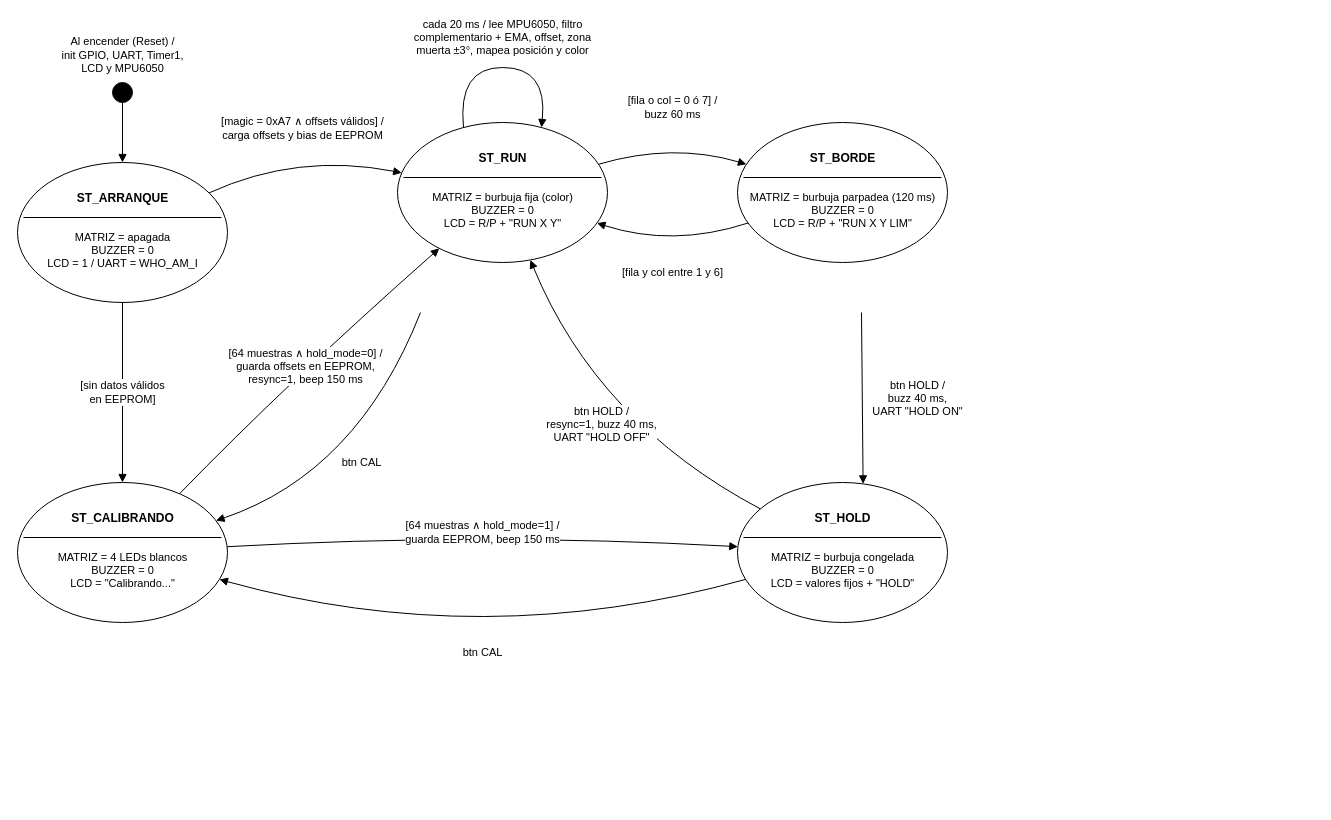
Above: Lab4/Documentacion/Diagrama de estados/ParteE/Diagrama_parteE.drawio in Tony-b98/Tec_Micro (draw.io), before the change. Source tidied: cells renumbered, new cells numbered last; positions are measured from the earlier drawing's top-left corner, leaving out a move shared by most shapes. Both pictures are drawn from the tidied source at 100%, with x=0, y=0 at pixel (17, 27).
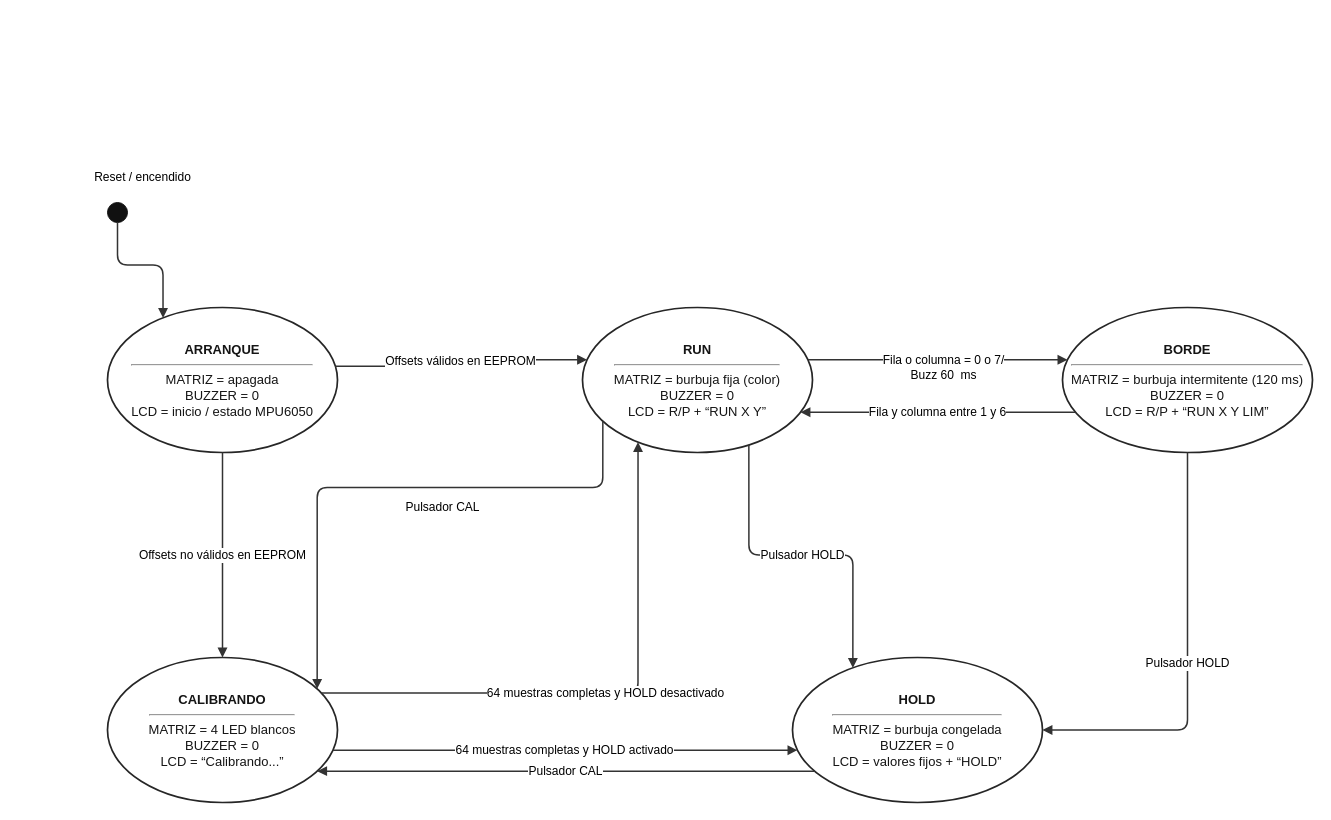
The same diagram, later.

What changed in the source:
```diff
@@
-    <mxCell id="2" style="ellipse;fillColor=#000000;strokeColor=#000000;html=1;" parent="1" vertex="1">
-      <mxGeometry x="95" y="55" width="20" height="20" as="geometry" />
-    </mxCell>
-    <mxCell id="3" value="Al encender (Reset) /&lt;br&gt;init GPIO, UART, Timer1,&lt;br&gt;LCD y MPU6050" style="text;html=1;align=center;verticalAlign=bottom;fontSize=11;" parent="1" vertex="1">
-      <mxGeometry x="30" width="150" height="50" as="geometry" />
-    </mxCell>
-    <mxCell id="4" style="ellipse;whiteSpace=wrap;html=1;fillColor=#FFFFFF;strokeColor=#000000;" parent="1" vertex="1">
-      <mxGeometry y="135" width="210" height="140" as="geometry" />
-    </mxCell>
-    <mxCell id="5" value="ST_ARRANQUE" style="text;html=1;align=center;verticalAlign=middle;fontStyle=1;fontSize=12;" parent="4" vertex="1">
-      <mxGeometry x="10" y="25" width="190" height="22" as="geometry" />
-    </mxCell>
-    <mxCell id="6" style="line;strokeWidth=1;html=1;" parent="4" vertex="1">
-      <mxGeometry x="6" y="50" width="198" height="10" as="geometry" />
-    </mxCell>
-    <mxCell id="7" value="MATRIZ = apagada&lt;br&gt;BUZZER = 0&lt;br&gt;LCD = 1 / UART = WHO_AM_I" style="text;html=1;align=center;verticalAlign=top;fontSize=11;" parent="4" vertex="1">
-      <mxGeometry x="15" y="62" width="180" height="55" as="geometry" />
-    </mxCell>
-    <mxCell id="8" style="ellipse;whiteSpace=wrap;html=1;fillColor=#FFFFFF;strokeColor=#000000;" parent="1" vertex="1">
-      <mxGeometry y="455" width="210" height="140" as="geometry" />
-    </mxCell>
-    <mxCell id="9" value="ST_CALIBRANDO" style="text;html=1;align=center;verticalAlign=middle;fontStyle=1;fontSize=12;" parent="8" vertex="1">
-      <mxGeometry x="10" y="25" width="190" height="22" as="geometry" />
-    </mxCell>
-    <mxCell id="10" style="line;strokeWidth=1;html=1;" parent="8" vertex="1">
-      <mxGeometry x="6" y="50" width="198" height="10" as="geometry" />
-    </mxCell>
-    <mxCell id="11" value="MATRIZ = 4 LEDs blancos&lt;br&gt;BUZZER = 0&lt;br&gt;LCD = &quot;Calibrando...&quot;" style="text;html=1;align=center;verticalAlign=top;fontSize=11;" parent="8" vertex="1">
-      <mxGeometry x="15" y="62" width="180" height="55" as="geometry" />
-    </mxCell>
-    <mxCell id="12" style="ellipse;whiteSpace=wrap;html=1;fillColor=#FFFFFF;strokeColor=#000000;" parent="1" vertex="1">
-      <mxGeometry x="380" y="95" width="210" height="140" as="geometry" />
-    </mxCell>
-    <mxCell id="13" value="ST_RUN" style="text;html=1;align=center;verticalAlign=middle;fontStyle=1;fontSize=12;" parent="12" vertex="1">
-      <mxGeometry x="10" y="25" width="190" height="22" as="geometry" />
-    </mxCell>
-    <mxCell id="14" style="line;strokeWidth=1;html=1;" parent="12" vertex="1">
-      <mxGeometry x="6" y="50" width="198" height="10" as="geometry" />
-    </mxCell>
-    <mxCell id="15" value="MATRIZ = burbuja fija (color)&lt;br&gt;BUZZER = 0&lt;br&gt;LCD = R/P + &quot;RUN X Y&quot;" style="text;html=1;align=center;verticalAlign=top;fontSize=11;" parent="12" vertex="1">
-      <mxGeometry x="15" y="62" width="180" height="55" as="geometry" />
-    </mxCell>
-    <mxCell id="16" style="ellipse;whiteSpace=wrap;html=1;fillColor=#FFFFFF;strokeColor=#000000;" parent="1" vertex="1">
-      <mxGeometry x="720" y="95" width="210" height="140" as="geometry" />
-    </mxCell>
-    <mxCell id="17" value="ST_BORDE" style="text;html=1;align=center;verticalAlign=middle;fontStyle=1;fontSize=12;" parent="16" vertex="1">
-      <mxGeometry x="10" y="25" width="190" height="22" as="geometry" />
-    </mxCell>
-    <mxCell id="18" style="line;strokeWidth=1;html=1;" parent="16" vertex="1">
-      <mxGeometry x="6" y="50" width="198" height="10" as="geometry" />
-    </mxCell>
-    <mxCell id="19" value="MATRIZ = burbuja parpadea (120 ms)&lt;br&gt;BUZZER = 0&lt;br&gt;LCD = R/P + &quot;RUN X Y LIM&quot;" style="text;html=1;align=center;verticalAlign=top;fontSize=11;" parent="16" vertex="1">
-      <mxGeometry x="5" y="62" width="200" height="55" as="geometry" />
-    </mxCell>
-    <mxCell id="20" style="ellipse;whiteSpace=wrap;html=1;fillColor=#FFFFFF;strokeColor=#000000;" parent="1" vertex="1">
-      <mxGeometry x="720" y="455" width="210" height="140" as="geometry" />
-    </mxCell>
-    <mxCell id="21" value="ST_HOLD" style="text;html=1;align=center;verticalAlign=middle;fontStyle=1;fontSize=12;" parent="20" vertex="1">
-      <mxGeometry x="10" y="25" width="190" height="22" as="geometry" />
-    </mxCell>
-    <mxCell id="22" style="line;strokeWidth=1;html=1;" parent="20" vertex="1">
-      <mxGeometry x="6" y="50" width="198" height="10" as="geometry" />
-    </mxCell>
-    <mxCell id="23" value="MATRIZ = burbuja congelada&lt;br&gt;BUZZER = 0&lt;br&gt;LCD = valores fijos + &quot;HOLD&quot;" style="text;html=1;align=center;verticalAlign=top;fontSize=11;" parent="20" vertex="1">
-      <mxGeometry x="15" y="62" width="180" height="55" as="geometry" />
-    </mxCell>
-    <mxCell id="24" style="endArrow=block;endFill=1;html=1;rounded=0;" parent="1" edge="1" source="2" target="4">
-      <mxGeometry relative="1" as="geometry" />
-    </mxCell>
-    <mxCell id="25" value="[magic = 0xA7 ∧ offsets válidos] /&lt;br&gt;carga offsets y bias de EEPROM" style="endArrow=block;endFill=1;html=1;curved=1;fontSize=11;labelBackgroundColor=#FFFFFF;" parent="1" edge="1" source="4" target="12">
-      <mxGeometry relative="1" as="geometry">
-        <Array as="points">
-          <mxPoint x="280" y="125" />
-        </Array>
-        <mxPoint y="-25" as="offset" />
-      </mxGeometry>
-    </mxCell>
-    <mxCell id="26" value="[sin datos válidos&lt;br&gt;en EEPROM]" style="endArrow=block;endFill=1;html=1;rounded=0;fontSize=11;labelBackgroundColor=#FFFFFF;exitX=0.5;exitY=1;exitDx=0;exitDy=0;entryX=0.5;entryY=0;entryDx=0;entryDy=0;" parent="1" edge="1" source="4" target="8">
-      <mxGeometry relative="1" as="geometry" />
-    </mxCell>
-    <mxCell id="27" value="[64 muestras ∧ hold_mode=0] /&lt;br&gt;guarda offsets en EEPROM,&lt;br&gt;resync=1, beep 150 ms" style="endArrow=block;endFill=1;html=1;curved=1;fontSize=11;labelBackgroundColor=#FFFFFF;" parent="1" edge="1" source="8" target="12">
-      <mxGeometry relative="1" as="geometry">
-        <Array as="points">
-          <mxPoint x="270" y="355" />
-        </Array>
-      </mxGeometry>
-    </mxCell>
-    <mxCell id="28" value="btn CAL" style="endArrow=block;endFill=1;html=1;curved=1;fontSize=11;labelBackgroundColor=#FFFFFF;exitX=0.1;exitY=1;exitDx=0;exitDy=0;" parent="1" edge="1" target="8">
-      <mxGeometry relative="1" as="geometry">
-        <mxPoint x="403" y="285" as="sourcePoint" />
-        <Array as="points">
-          <mxPoint x="340" y="445" />
-        </Array>
-      </mxGeometry>
-    </mxCell>
-    <mxCell id="29" value="cada 20 ms / lee MPU6050, filtro&lt;br&gt;complementario + EMA, offset, zona&lt;br&gt;muerta ±3°, mapea posición y color" style="endArrow=block;endFill=1;html=1;curved=1;fontSize=11;labelBackgroundColor=#FFFFFF;exitX=0.3;exitY=0;exitDx=0;exitDy=0;entryX=0.7;entryY=0;entryDx=0;entryDy=0;" parent="1" edge="1" source="12" target="12">
-      <mxGeometry relative="1" as="geometry">
-        <Array as="points">
-          <mxPoint x="440" y="40" />
-          <mxPoint x="530" y="40" />
-        </Array>
-        <mxPoint y="-30" as="offset" />
-      </mxGeometry>
-    </mxCell>
-    <mxCell id="30" value="[fila o col = 0 ó 7] /&lt;br&gt;buzz 60 ms" style="endArrow=block;endFill=1;html=1;curved=1;fontSize=11;labelBackgroundColor=#FFFFFF;" parent="1" edge="1" source="12" target="16">
-      <mxGeometry relative="1" as="geometry">
-        <Array as="points">
-          <mxPoint x="655" y="115" />
-        </Array>
-        <mxPoint y="-35" as="offset" />
-      </mxGeometry>
-    </mxCell>
-    <mxCell id="31" value="[fila y col entre 1 y 6]" style="endArrow=block;endFill=1;html=1;curved=1;fontSize=11;labelBackgroundColor=#FFFFFF;" parent="1" edge="1" source="16" target="12">
-      <mxGeometry relative="1" as="geometry">
-        <Array as="points">
-          <mxPoint x="655" y="220" />
-        </Array>
-        <mxPoint y="25" as="offset" />
-      </mxGeometry>
-    </mxCell>
-    <mxCell id="32" value="btn HOLD /&lt;br&gt;buzz 40 ms,&lt;br&gt;UART &quot;HOLD ON&quot;" style="endArrow=block;endFill=1;html=1;rounded=0;fontSize=11;labelBackgroundColor=#FFFFFF;exitX=0.8;exitY=1;exitDx=0;exitDy=0;entryX=0.6;entryY=0;entryDx=0;entryDy=0;" parent="1" edge="1" target="20">
-      <mxGeometry relative="1" as="geometry">
-        <mxPoint x="844" y="285" as="sourcePoint" />
-        <mxPoint x="55" as="offset" />
-      </mxGeometry>
-    </mxCell>
-    <mxCell id="33" value="btn HOLD /&lt;br&gt;resync=1, buzz 40 ms,&lt;br&gt;UART &quot;HOLD OFF&quot;" style="endArrow=block;endFill=1;html=1;curved=1;fontSize=11;labelBackgroundColor=#FFFFFF;" parent="1" edge="1" source="20" target="12">
-      <mxGeometry relative="1" as="geometry">
-        <Array as="points">
-          <mxPoint x="580" y="395" />
-        </Array>
-      </mxGeometry>
-    </mxCell>
-    <mxCell id="34" value="[64 muestras ∧ hold_mode=1] /&lt;br&gt;guarda EEPROM, beep 150 ms" style="endArrow=block;endFill=1;html=1;curved=1;fontSize=11;labelBackgroundColor=#FFFFFF;" parent="1" edge="1" source="8" target="20">
-      <mxGeometry relative="1" as="geometry">
-        <Array as="points">
-          <mxPoint x="465" y="505" />
-        </Array>
-      </mxGeometry>
-    </mxCell>
-    <mxCell id="35" value="btn CAL" style="endArrow=block;endFill=1;html=1;curved=1;fontSize=11;labelBackgroundColor=#FFFFFF;" parent="1" edge="1" source="20" target="8">
-      <mxGeometry relative="1" as="geometry">
-        <Array as="points">
-          <mxPoint x="465" y="625" />
-        </Array>
-      </mxGeometry>
-    </mxCell>
+    <mxCell id="36" style="ellipse;fillColor=#111111;strokeColor=#111111;" parent="1" vertex="1">
+      <mxGeometry x="90" y="175" width="20" height="20" as="geometry" />
+    </mxCell>
+    <mxCell id="37" value="&lt;b&gt;ARRANQUE&lt;/b&gt;&lt;hr/&gt;MATRIZ = apagada&lt;br/&gt;BUZZER = 0&lt;br/&gt;LCD = inicio / estado MPU6050" style="ellipse;whiteSpace=wrap;html=1;strokeWidth=1.7;strokeColor=#262626;fillColor=#FFFFFF;fontColor=#151515;fontSize=13;align=center;verticalAlign=middle;spacing=5;" parent="1" vertex="1">
+      <mxGeometry x="90" y="280" width="230" height="145" as="geometry" />
+    </mxCell>
+    <mxCell id="38" value="&lt;b&gt;CALIBRANDO&lt;/b&gt;&lt;hr/&gt;MATRIZ = 4 LED blancos&lt;br/&gt;BUZZER = 0&lt;br/&gt;LCD = “Calibrando...”" style="ellipse;whiteSpace=wrap;html=1;strokeWidth=1.7;strokeColor=#262626;fillColor=#FFFFFF;fontColor=#151515;fontSize=13;align=center;verticalAlign=middle;spacing=5;" parent="1" vertex="1">
+      <mxGeometry x="90" y="630" width="230" height="145" as="geometry" />
+    </mxCell>
+    <mxCell id="39" value="&lt;b&gt;RUN&lt;/b&gt;&lt;hr/&gt;MATRIZ = burbuja fija (color)&lt;br/&gt;BUZZER = 0&lt;br/&gt;LCD = R/P + “RUN X Y”" style="ellipse;whiteSpace=wrap;html=1;strokeWidth=1.7;strokeColor=#262626;fillColor=#FFFFFF;fontColor=#151515;fontSize=13;align=center;verticalAlign=middle;spacing=5;" parent="1" vertex="1">
+      <mxGeometry x="565" y="280" width="230" height="145" as="geometry" />
+    </mxCell>
+    <mxCell id="40" value="&lt;b&gt;BORDE&lt;/b&gt;&lt;hr/&gt;MATRIZ = burbuja intermitente (120 ms)&lt;br/&gt;BUZZER = 0&lt;br/&gt;LCD = R/P + “RUN X Y LIM”" style="ellipse;whiteSpace=wrap;html=1;strokeWidth=1.7;strokeColor=#262626;fillColor=#FFFFFF;fontColor=#151515;fontSize=13;align=center;verticalAlign=middle;spacing=5;" parent="1" vertex="1">
+      <mxGeometry x="1045" y="280" width="250" height="145" as="geometry" />
+    </mxCell>
+    <mxCell id="41" value="&lt;b&gt;HOLD&lt;/b&gt;&lt;hr/&gt;MATRIZ = burbuja congelada&lt;br/&gt;BUZZER = 0&lt;br/&gt;LCD = valores fijos + “HOLD”" style="ellipse;whiteSpace=wrap;html=1;strokeWidth=1.7;strokeColor=#262626;fillColor=#FFFFFF;fontColor=#151515;fontSize=13;align=center;verticalAlign=middle;spacing=5;" parent="1" vertex="1">
+      <mxGeometry x="775" y="630" width="250" height="145" as="geometry" />
+    </mxCell>
+    <mxCell id="42" value="Reset / encendido" style="edgeStyle=orthogonalEdgeStyle;rounded=1;jettySize=auto;html=1;endArrow=block;endFill=1;strokeColor=#333333;strokeWidth=1.5;fontSize=12;labelBackgroundColor=#FFFFFF;exitX=0.5;exitY=1;entryX=0.2;entryY=0;" parent="1" edge="1" source="36" target="37">
+      <mxGeometry x="-1" y="51" relative="1" as="geometry">
+        <mxPoint x="-26" y="-45" as="offset" />
+      </mxGeometry>
+    </mxCell>
+    <mxCell id="43" value="Offsets válidos en EEPROM" style="edgeStyle=orthogonalEdgeStyle;rounded=1;jettySize=auto;html=1;endArrow=block;endFill=1;strokeColor=#333333;strokeWidth=1.5;fontSize=12;labelBackgroundColor=#FFFFFF;exitX=1;exitY=0.4;entryX=0;entryY=0.35;" parent="1" edge="1" source="37" target="39">
+      <mxGeometry relative="1" as="geometry" />
+    </mxCell>
+    <mxCell id="44" value="Offsets no válidos en EEPROM" style="edgeStyle=orthogonalEdgeStyle;rounded=1;jettySize=auto;html=1;endArrow=block;endFill=1;strokeColor=#333333;strokeWidth=1.5;fontSize=12;labelBackgroundColor=#FFFFFF;exitX=0.5;exitY=1;entryX=0.5;entryY=0;" parent="1" edge="1" source="37" target="38">
+      <mxGeometry relative="1" as="geometry" />
+    </mxCell>
+    <mxCell id="45" value="64 muestras completas y HOLD desactivado" style="edgeStyle=orthogonalEdgeStyle;rounded=1;jettySize=auto;html=1;endArrow=block;endFill=1;strokeColor=#333333;strokeWidth=1.5;fontSize=12;labelBackgroundColor=#FFFFFF;exitX=1;exitY=0.2;entryX=0.2;entryY=1;" parent="1" edge="1" source="38" target="39">
+      <mxGeometry relative="1" as="geometry" />
+    </mxCell>
+    <mxCell id="46" value="64 muestras completas y HOLD activado" style="edgeStyle=orthogonalEdgeStyle;rounded=1;jettySize=auto;html=1;endArrow=block;endFill=1;strokeColor=#333333;strokeWidth=1.5;fontSize=12;labelBackgroundColor=#FFFFFF;exitX=1;exitY=0.65;entryX=0;entryY=0.65;" parent="1" edge="1" source="38" target="41">
+      <mxGeometry relative="1" as="geometry" />
+    </mxCell>
+    <mxCell id="47" value="Pulsador CAL" style="edgeStyle=orthogonalEdgeStyle;rounded=1;jettySize=auto;html=1;endArrow=block;endFill=1;strokeColor=#333333;strokeWidth=1.5;fontSize=12;labelBackgroundColor=#FFFFFF;exitX=0;exitY=0.85;entryX=1;entryY=0.15;" parent="1" edge="1" source="39" target="38">
+      <mxGeometry x="-0.18" y="20" relative="1" as="geometry">
+        <Array as="points">
+          <mxPoint x="586" y="460" />
+          <mxPoint x="299" y="460" />
+        </Array>
+      </mxGeometry>
+    </mxCell>
+    <mxCell id="48" value="Fila o columna = 0 o 7/&lt;div&gt;Buzz 60&amp;nbsp; ms&lt;/div&gt;" style="edgeStyle=orthogonalEdgeStyle;rounded=1;jettySize=auto;html=1;endArrow=block;endFill=1;strokeColor=#333333;strokeWidth=1.5;fontSize=12;labelBackgroundColor=#FFFFFF;exitX=1;exitY=0.35;entryX=0;entryY=0.35;" parent="1" edge="1" source="39" target="40">
+      <mxGeometry x="0.04" y="-8" relative="1" as="geometry">
+        <mxPoint x="1" as="offset" />
+      </mxGeometry>
+    </mxCell>
+    <mxCell id="49" value="Fila y columna entre 1 y 6" style="edgeStyle=orthogonalEdgeStyle;rounded=1;jettySize=auto;html=1;endArrow=block;endFill=1;strokeColor=#333333;strokeWidth=1.5;fontSize=12;labelBackgroundColor=#FFFFFF;exitX=0;exitY=0.75;entryX=1;entryY=0.75;" parent="1" edge="1" source="40" target="39">
+      <mxGeometry relative="1" as="geometry" />
+    </mxCell>
+    <mxCell id="50" value="Pulsador HOLD" style="edgeStyle=orthogonalEdgeStyle;rounded=1;jettySize=auto;html=1;endArrow=block;endFill=1;strokeColor=#333333;strokeWidth=1.5;fontSize=12;labelBackgroundColor=#FFFFFF;exitX=0.75;exitY=1;entryX=0.2;entryY=0;" parent="1" edge="1" source="39" target="41">
+      <mxGeometry relative="1" as="geometry" />
+    </mxCell>
+    <mxCell id="51" value="Pulsador HOLD" style="edgeStyle=orthogonalEdgeStyle;rounded=1;jettySize=auto;html=1;endArrow=block;endFill=1;strokeColor=#333333;strokeWidth=1.5;fontSize=12;labelBackgroundColor=#FFFFFF;exitX=0.5;exitY=1;entryX=1;entryY=0.5;" parent="1" edge="1" source="40" target="41">
+      <mxGeometry relative="1" as="geometry" />
+    </mxCell>
+    <mxCell id="52" value="Pulsador CAL" style="edgeStyle=orthogonalEdgeStyle;rounded=1;jettySize=auto;html=1;endArrow=block;endFill=1;strokeColor=#333333;strokeWidth=1.5;fontSize=12;labelBackgroundColor=#FFFFFF;exitX=0;exitY=0.85;entryX=1;entryY=0.85;" parent="1" edge="1" source="41" target="38">
+      <mxGeometry relative="1" as="geometry" />
+    </mxCell>
```
